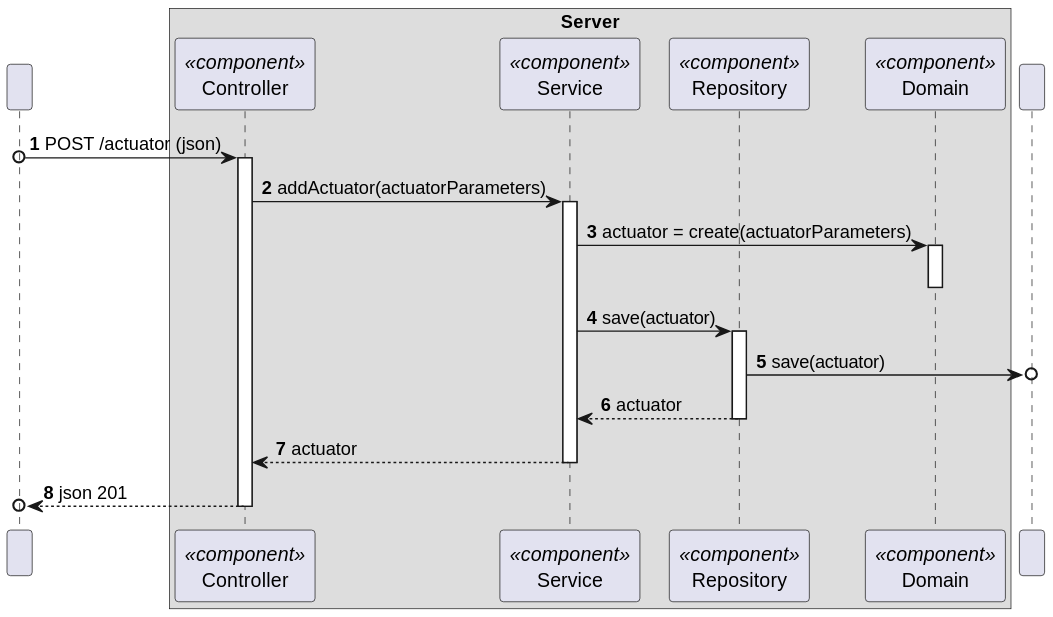
Before: docs/C4_4plus1_models/Level4/ProcessView/ProcessViewLevel4_UC10_v1.svg, a diagram exported from PlantUML (moutajDev/smarthome).
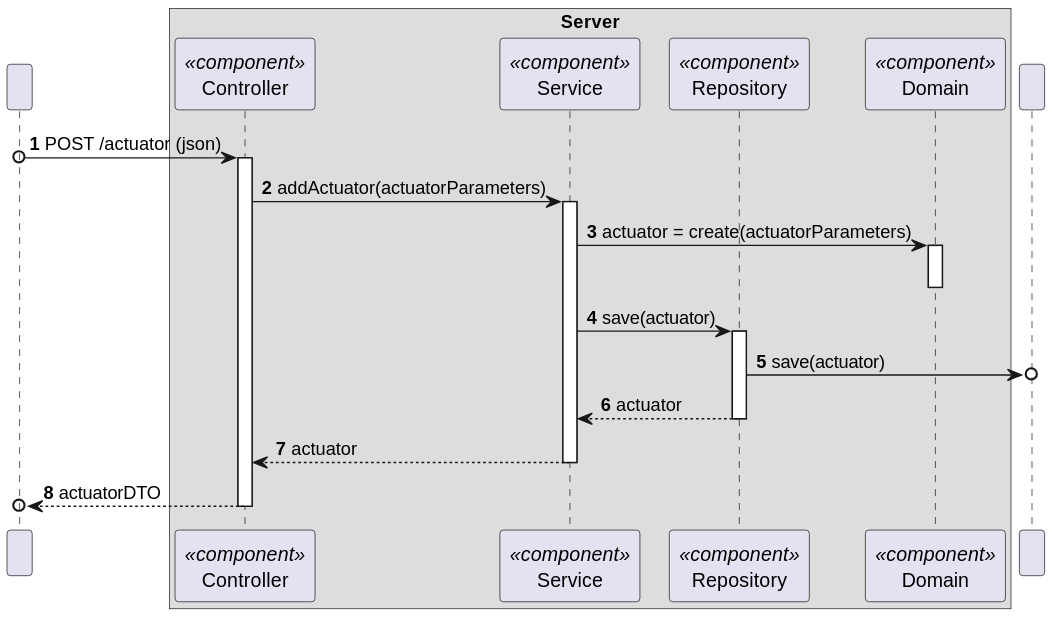
After the change.

What changed in the source:
```diff
@@ -38,6 +38,6 @@
 
 
 
-Controller -->o User : json 201
+Controller -->o User : actuatorDTO
 deactivate Controller
 @enduml
```
